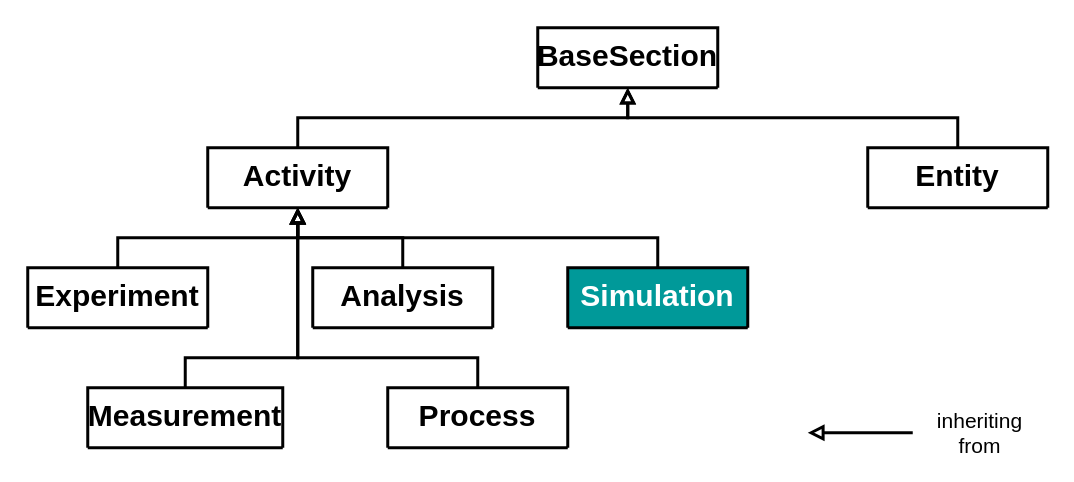
The draw.io diagram simulation_base.drawio in FAIRmat-NFDI/drawio_uml_diagrams, before the edit. Source tidied: cells renumbered, new cells numbered last; positions are measured from the earlier drawing's top-left corner, leaving out a move shared by most shapes. Both pictures are drawn from the tidied source at 150%, with x=0, y=0 at pixel (27, 27).
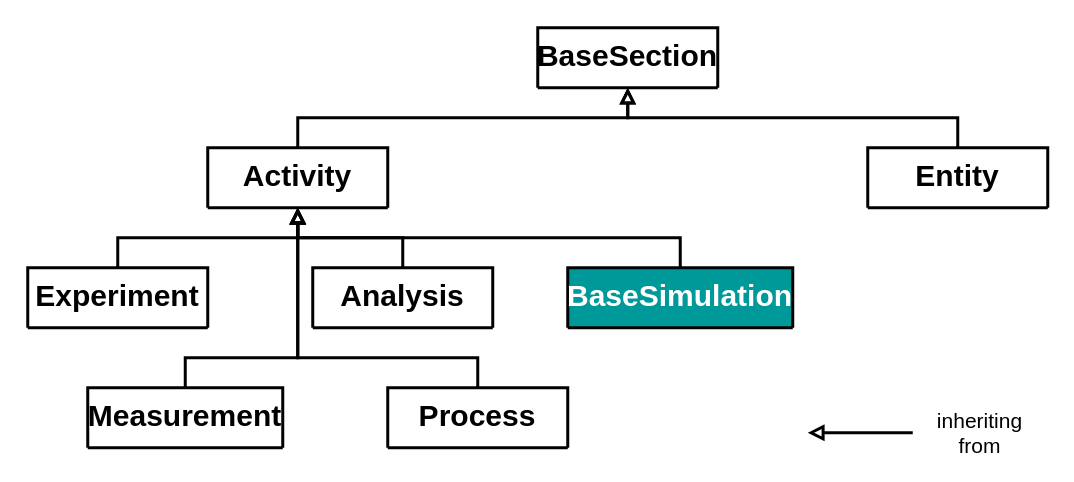
Above is the later version.

Commit message (it also covers changes not shown here):
Added basesections diagram for System

Diff of the diagram source:
```diff
@@
-    <mxCell id="16" value="&lt;font color=&quot;#ffffff&quot; style=&quot;font-size: 20px;&quot;&gt;Simulation&lt;/font&gt;" style="swimlane;fontStyle=1;align=center;verticalAlign=top;horizontal=1;startSize=40;whiteSpace=wrap;html=1;fontFamily=Titillium Web;strokeWidth=2;fillColor=#009999;" parent="1" vertex="1" collapsed="1">
-      <mxGeometry x="360" y="160" width="120" height="40" as="geometry" />
+    <mxCell id="16" value="&lt;font color=&quot;#ffffff&quot; style=&quot;font-size: 20px;&quot;&gt;BaseSimulation&lt;/font&gt;" style="swimlane;fontStyle=1;align=center;verticalAlign=top;horizontal=1;startSize=40;whiteSpace=wrap;html=1;fontFamily=Titillium Web;strokeWidth=2;fillColor=#009999;" parent="1" vertex="1" collapsed="1">
+      <mxGeometry x="360" y="160" width="150" height="40" as="geometry" />
     </mxCell>
```
